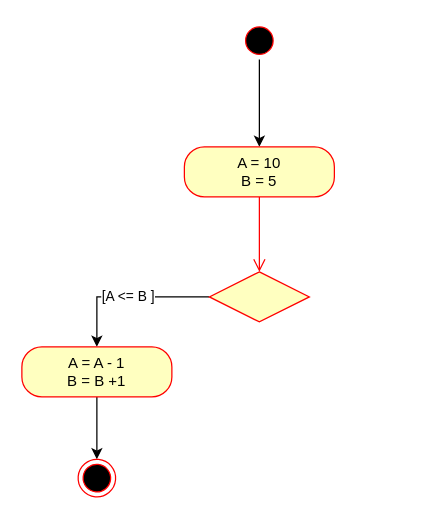
Above: Untitled Diagram.drawio in IevoniXX/php-web-app (draw.io), before the change. Source tidied: cells renumbered, new cells numbered last; positions are measured from the earlier drawing's top-left corner, leaving out a move shared by most shapes. Both pictures are drawn from the tidied source at 125%, with x=0, y=0 at pixel (21, 21).
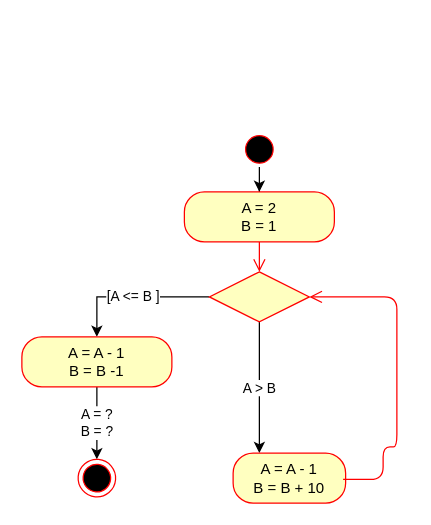
After the change.

The change refers to these unchanged cells:
```xml
<mxCell id="7" style="rhombus;whiteSpace=wrap;html=1;fillColor=#ffffc0;strokeColor=#ff0000;" parent="1" vertex="1">
  <mxGeometry x="150" y="200" width="80" height="40" as="geometry" />
</mxCell>
```

What changed in the source:
```diff
@@
     <mxCell id="3" style="ellipse;html=1;shape=startState;fillColor=#000000;strokeColor=#ff0000;" parent="1" vertex="1">
-      <mxGeometry x="175" width="30" height="30" as="geometry" />
+      <mxGeometry x="175" y="87" width="30" height="30" as="geometry" />
     </mxCell>
-    <mxCell id="4" value="&lt;div&gt;A = 10&lt;/div&gt;&lt;div&gt;B = 5&lt;br&gt;&lt;/div&gt;" style="rounded=1;whiteSpace=wrap;html=1;arcSize=40;fontColor=#000000;fillColor=#ffffc0;strokeColor=#ff0000;" parent="1" vertex="1">
-      <mxGeometry x="130" y="100" width="120" height="40" as="geometry" />
+    <mxCell id="4" value="&lt;div&gt;A = 2&lt;/div&gt;&lt;div&gt;B = 1&lt;br&gt;&lt;/div&gt;" style="rounded=1;whiteSpace=wrap;html=1;arcSize=40;fontColor=#000000;fillColor=#ffffc0;strokeColor=#ff0000;" parent="1" vertex="1">
+      <mxGeometry x="130" y="136" width="120" height="40" as="geometry" />
     </mxCell>
@@
+    <mxCell id="11" value="A &amp;gt; B" style="edgeStyle=orthogonalEdgeStyle;rounded=0;jettySize=auto;html=1;" parent="1" edge="1" source="7" target="12">
+      <mxGeometry relative="1" as="geometry">
+        <Array as="points">
+          <mxPoint x="190" y="316" />
+          <mxPoint x="190" y="316" />
+        </Array>
+      </mxGeometry>
+    </mxCell>
@@
-    <mxCell id="8" style="edgeStyle=orthogonalEdgeStyle;rounded=0;jettySize=auto;html=1;" parent="1" edge="1" source="9">
+    <mxCell id="8" value="&lt;div&gt;A = ?&lt;/div&gt;&lt;div&gt;B = ?&lt;br&gt;&lt;/div&gt;" style="edgeStyle=orthogonalEdgeStyle;rounded=0;jettySize=auto;html=1;" parent="1" edge="1" source="9">
       <mxGeometry relative="1" as="geometry">
         <mxPoint x="60" y="350" as="targetPoint" />
       </mxGeometry>
     </mxCell>
-    <mxCell id="9" value="&lt;div&gt;A = A - 1&lt;/div&gt;&lt;div&gt;B = B +1&lt;br&gt;&lt;/div&gt;" style="rounded=1;whiteSpace=wrap;html=1;arcSize=40;fontColor=#000000;fillColor=#ffffc0;strokeColor=#ff0000;" parent="1" vertex="1">
-      <mxGeometry y="260" width="120" height="40" as="geometry" />
+    <mxCell id="9" value="&lt;div&gt;A = A - 1&lt;/div&gt;&lt;div&gt;B = B -1&lt;br&gt;&lt;/div&gt;" style="rounded=1;whiteSpace=wrap;html=1;arcSize=40;fontColor=#000000;fillColor=#ffffc0;strokeColor=#ff0000;" parent="1" vertex="1">
+      <mxGeometry y="252" width="120" height="40" as="geometry" />
     </mxCell>
@@
+    <mxCell id="12" value="&lt;div&gt;A = A - 1&lt;br&gt;&lt;/div&gt;&lt;div&gt;B = B + 10&lt;br&gt;&lt;/div&gt;" style="rounded=1;whiteSpace=wrap;html=1;arcSize=40;fontColor=#000000;fillColor=#ffffc0;strokeColor=#ff0000;direction=south;" parent="1" vertex="1">
+      <mxGeometry x="169" y="345" width="90" height="40" as="geometry" />
+    </mxCell>
+    <mxCell id="13" style="edgeStyle=orthogonalEdgeStyle;html=1;verticalAlign=bottom;endArrow=open;endSize=8;strokeColor=#ff0000;entryX=1;entryY=0.5;entryDx=0;entryDy=0;" parent="1" edge="1" target="7">
+      <mxGeometry relative="1" as="geometry">
+        <mxPoint x="257" y="366" as="sourcePoint" />
+        <Array as="points">
+          <mxPoint x="289" y="366" />
+          <mxPoint x="289" y="340" />
+          <mxPoint x="300" y="340" />
+          <mxPoint x="300" y="220" />
+        </Array>
+      </mxGeometry>
+    </mxCell>
```
